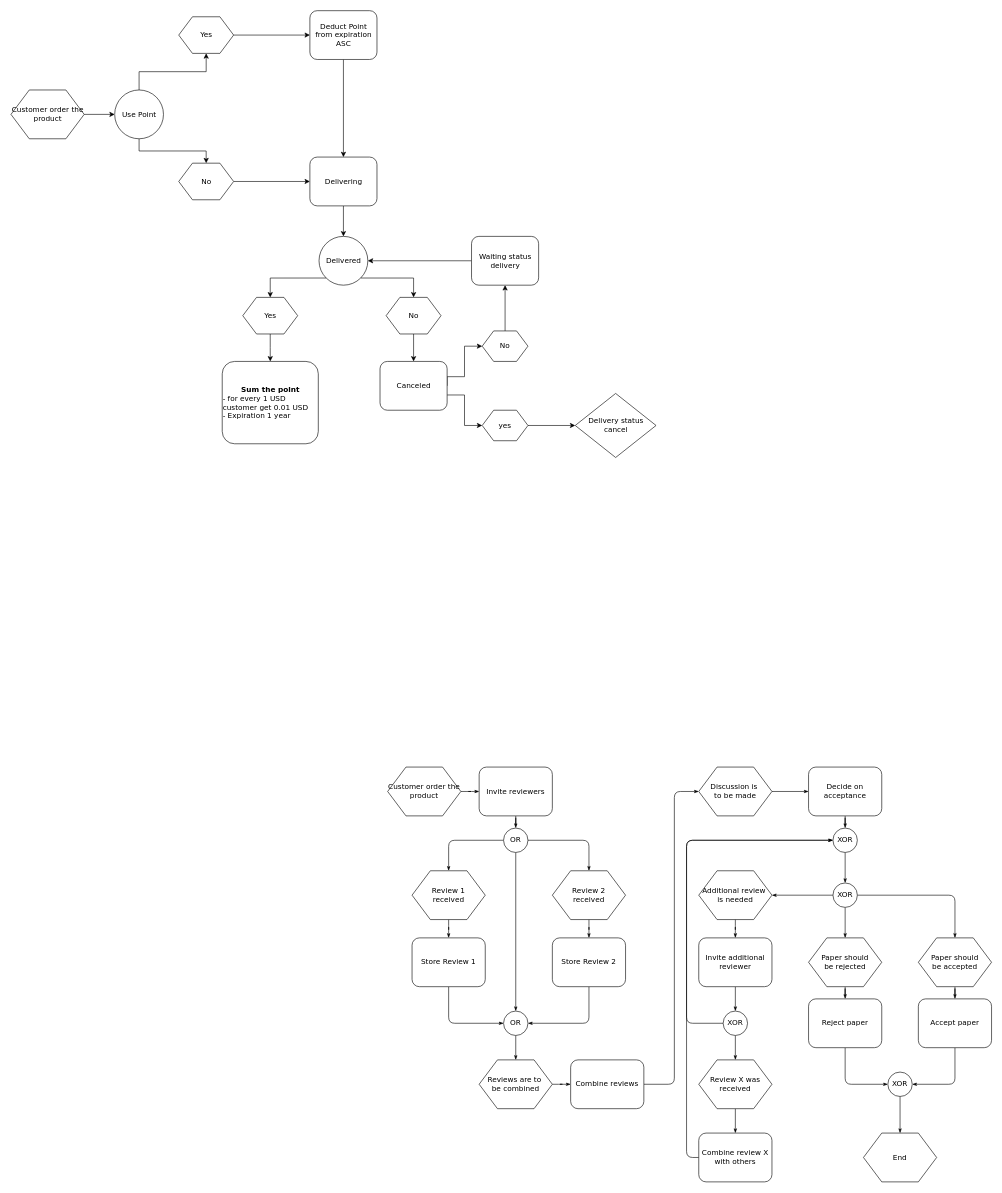
This is flowchart loyalty.drawio from Hilarion18/sandbox, a draw.io file, before an edit. Source tidied: cells renumbered, new cells numbered last; positions are measured from the earlier drawing's top-left corner, leaving out a move shared by most shapes. Both pictures are drawn from the tidied source at 61%, with x=0, y=0 at pixel (10, 10).
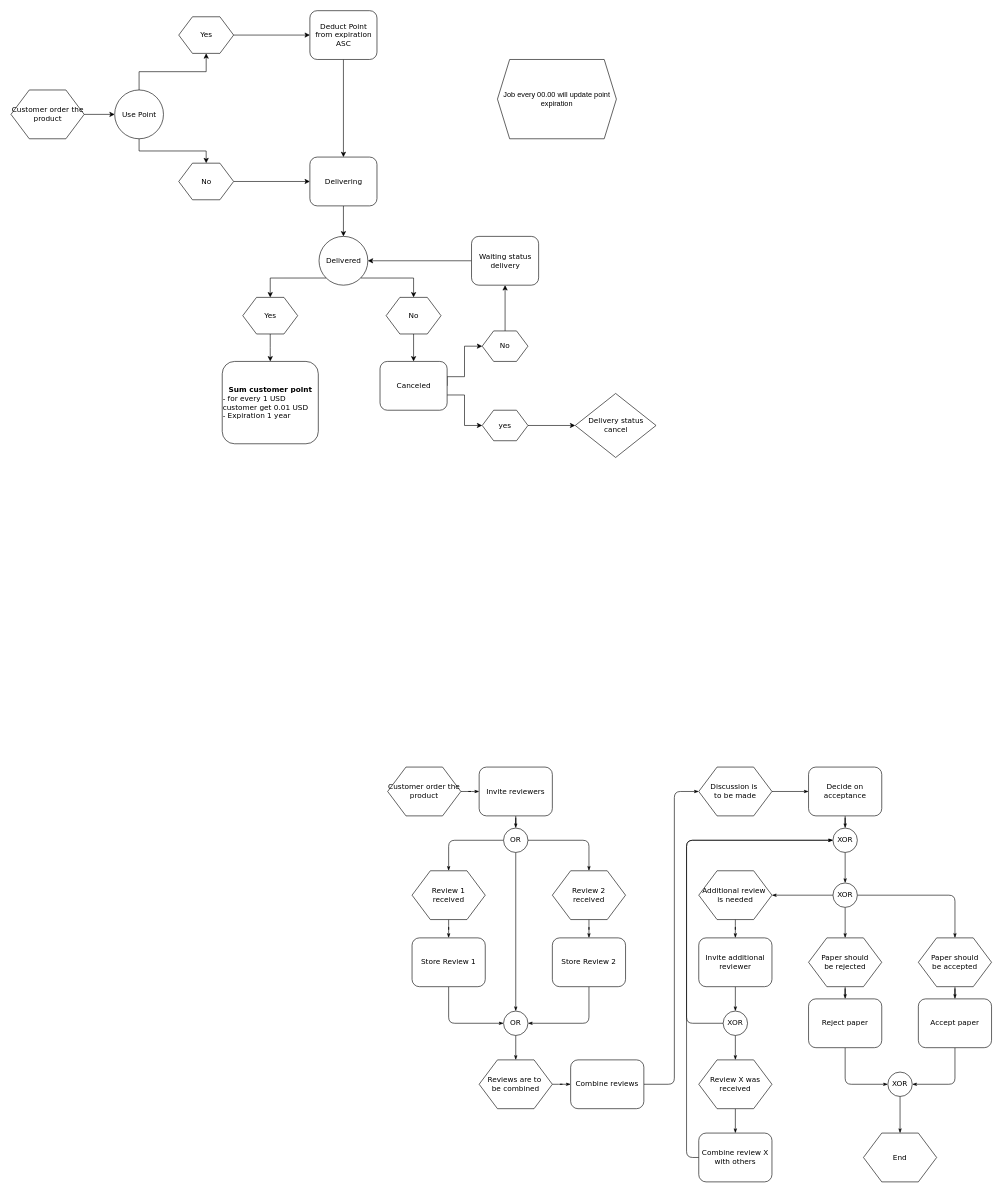
After the change.

What changed in the source:
```diff
@@
-    <mxCell id="85" value="&lt;b&gt;Sum the point&lt;/b&gt;&lt;div style=&quot;text-align: left;&quot;&gt;- for every 1 USD customer get 0.01 USD&lt;/div&gt;&lt;div style=&quot;text-align: left;&quot;&gt;- Expiration 1 year&lt;/div&gt;" style="rounded=1;whiteSpace=wrap;html=1;shadow=0;labelBackgroundColor=none;strokeWidth=1;fontFamily=Verdana;fontSize=12;align=center;" parent="1" vertex="1">
+    <mxCell id="85" value="&lt;b&gt;Sum customer point&lt;/b&gt;&lt;div style=&quot;text-align: left;&quot;&gt;- for every 1 USD customer get 0.01 USD&lt;/div&gt;&lt;div style=&quot;text-align: left;&quot;&gt;- Expiration 1 year&lt;/div&gt;" style="rounded=1;whiteSpace=wrap;html=1;shadow=0;labelBackgroundColor=none;strokeWidth=1;fontFamily=Verdana;fontSize=12;align=center;" parent="1" vertex="1">
       <mxGeometry x="346.8" y="575" width="157.5" height="135" as="geometry" />
     </mxCell>
@@
+    <mxCell id="87" value="Job every 00.00 will update point expiration" style="shape=hexagon;perimeter=hexagonPerimeter2;whiteSpace=wrap;html=1;fixedSize=1;" parent="1" vertex="1">
+      <mxGeometry x="798" y="80" width="195" height="130" as="geometry" />
+    </mxCell>
```
